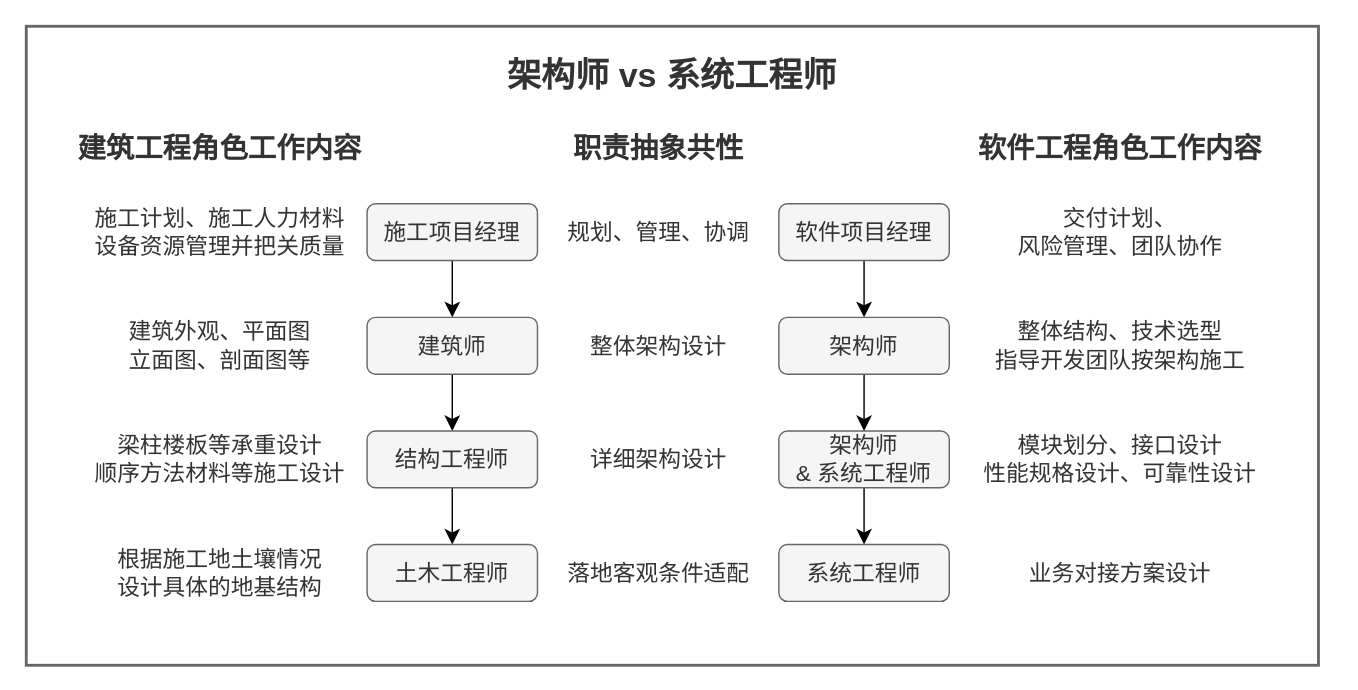
zhenghaohui/drawio keeps this draw.io diagram as 20231015.note.drawio. Above is the earlier version. Source tidied: cells renumbered, new cells numbered last; positions are measured from the earlier drawing's top-left corner, leaving out a move shared by most shapes. Both pictures are drawn from the tidied source at 142%, with x=0, y=0 at pixel (26, 26).
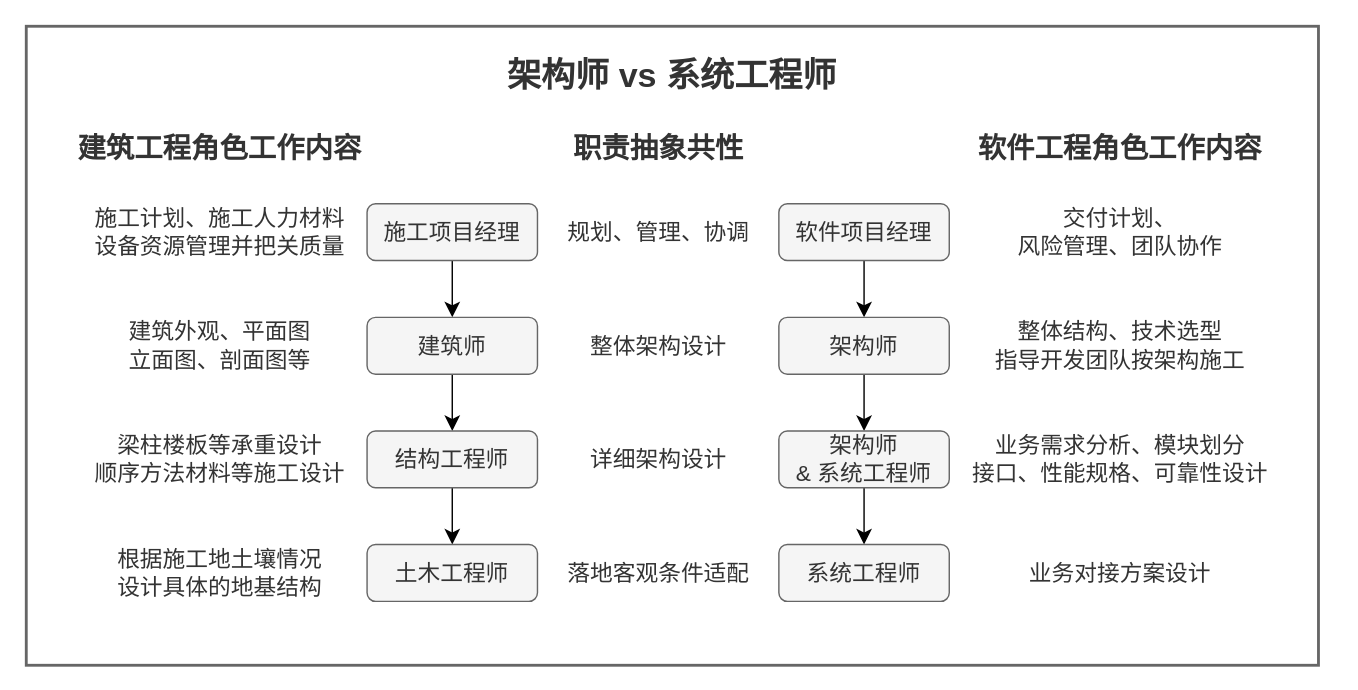
The same diagram, later.

Commit message:
更新20231015.note.drawio 增加业务需求分析内容

Change to the diagram source:
```diff
@@
-    <mxCell id="30" value="模块划分、接口设计&lt;br&gt;性能规格设计、可靠性设计" style="text;html=1;align=center;verticalAlign=middle;strokeColor=none;fillColor=none;fontSize=16;fontFamily=Helvetica;fontColor=#333333;" parent="1" vertex="1">
-      <mxGeometry x="660" y="280" width="220" height="50" as="geometry" />
+    <mxCell id="30" value="业务需求分析、模块划分&lt;br&gt;接口、性能规格、可靠性设计" style="text;html=1;align=center;verticalAlign=middle;strokeColor=none;fillColor=none;fontSize=16;fontFamily=Helvetica;fontColor=#333333;" parent="1" vertex="1">
+      <mxGeometry x="655" y="280" width="230" height="50" as="geometry" />
     </mxCell>
```
